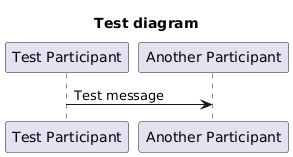
The PlantUML diagram build/preview/workspaces/ignition/uml/test.png in katakumby/hl-firefly-c4, before a commit. The source it was exported from:
```plantuml
@startuml
title "Test diagram"
participant "Test Participant" as TP
participant "Another Participant" as AP
TP -> AP: Test message
@enduml
```
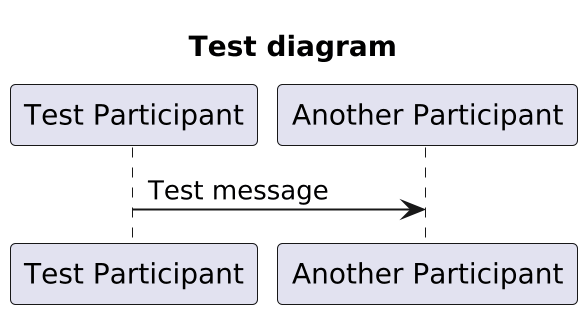
After the commit.

The edit, as a diff of the source:
```diff
@@ -1,4 +1,5 @@
 @startuml
+skinparamlocked dpi 192
 title "Test diagram"
 participant "Test Participant" as TP
 participant "Another Participant" as AP
```
